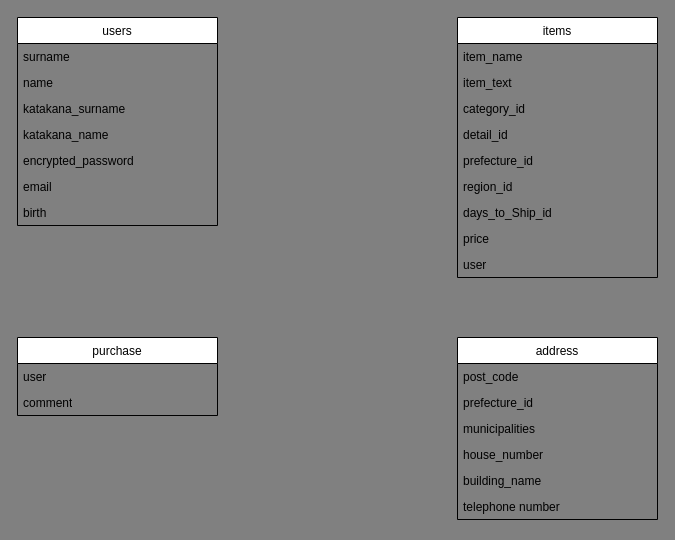
The draw.io diagram ER図.dio in takanashi11/furima-39315, before the edit. Source tidied: cells renumbered, new cells numbered last; positions are measured from the earlier drawing's top-left corner, leaving out a move shared by most shapes. Both pictures are drawn from the tidied source at 100%, with x=0, y=0 at pixel (17, 17).
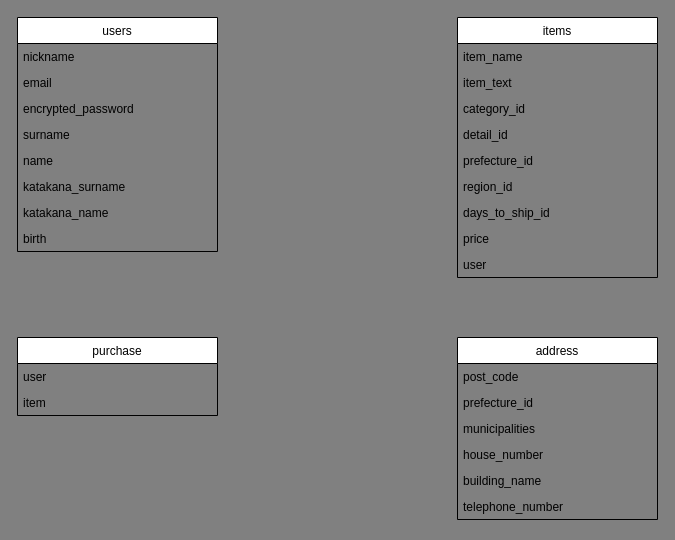
Above is the later version.

Unchanged cells that the change refers to:
```xml
<mxCell id="2" value="items" style="swimlane;fontStyle=0;horizontal=1;startSize=26;" parent="1" vertex="1">
  <mxGeometry x="440" width="200" height="260" as="geometry" />
</mxCell>
<mxCell id="12" value="purchase" style="swimlane;fontStyle=0;horizontal=1;startSize=26;" parent="1" vertex="1">
  <mxGeometry y="320" width="200" height="78" as="geometry" />
</mxCell>
<mxCell id="15" value="address" style="swimlane;fontStyle=0;horizontal=1;startSize=26;" parent="1" vertex="1">
  <mxGeometry x="440" y="320" width="200" height="182" as="geometry" />
</mxCell>
```

What changed in the source:
```diff
@@
-    <mxCell id="9" value="days_to_Ship_id" style="text;align=left;verticalAlign=top;spacingLeft=4;spacingRight=4;overflow=hidden;whiteSpace=wrap;" parent="2" vertex="1">
+    <mxCell id="9" value="days_to_ship_id" style="text;align=left;verticalAlign=top;spacingLeft=4;spacingRight=4;overflow=hidden;whiteSpace=wrap;" parent="2" vertex="1">
       <mxGeometry y="182" width="200" height="26" as="geometry" />
     </mxCell>
@@
-    <mxCell id="14" value="comment" style="text;align=left;verticalAlign=top;spacingLeft=4;spacingRight=4;overflow=hidden;whiteSpace=wrap;" parent="12" vertex="1">
+    <mxCell id="14" value="item" style="text;align=left;verticalAlign=top;spacingLeft=4;spacingRight=4;overflow=hidden;whiteSpace=wrap;" parent="12" vertex="1">
       <mxGeometry y="52" width="200" height="26" as="geometry" />
     </mxCell>
@@
-    <mxCell id="21" value="telephone number" style="text;align=left;verticalAlign=top;spacingLeft=4;spacingRight=4;overflow=hidden;whiteSpace=wrap;" parent="15" vertex="1">
+    <mxCell id="21" value="telephone_number" style="text;align=left;verticalAlign=top;spacingLeft=4;spacingRight=4;overflow=hidden;whiteSpace=wrap;" parent="15" vertex="1">
       <mxGeometry y="156" width="200" height="26" as="geometry" />
     </mxCell>
     <mxCell id="22" value="users" style="swimlane;fontStyle=0;horizontal=1;startSize=26;" parent="1" vertex="1">
-      <mxGeometry width="200" height="208" as="geometry" />
+      <mxGeometry width="200" height="234" as="geometry" />
     </mxCell>
+    <mxCell id="30" value="nickname" style="text;align=left;verticalAlign=top;spacingLeft=4;spacingRight=4;overflow=hidden;whiteSpace=wrap;" parent="22" vertex="1">
+      <mxGeometry y="26" width="200" height="26" as="geometry" />
+    </mxCell>
+    <mxCell id="28" value="email" style="text;align=left;verticalAlign=top;spacingLeft=4;spacingRight=4;overflow=hidden;whiteSpace=wrap;" parent="22" vertex="1">
+      <mxGeometry y="52" width="200" height="26" as="geometry" />
+    </mxCell>
+    <mxCell id="27" value="encrypted_password" style="text;align=left;verticalAlign=top;spacingLeft=4;spacingRight=4;overflow=hidden;whiteSpace=wrap;" parent="22" vertex="1">
+      <mxGeometry y="78" width="200" height="26" as="geometry" />
+    </mxCell>
     <mxCell id="23" value="surname" style="text;align=left;verticalAlign=top;spacingLeft=4;spacingRight=4;overflow=hidden;whiteSpace=wrap;" parent="22" vertex="1">
-      <mxGeometry y="26" width="200" height="26" as="geometry" />
+      <mxGeometry y="104" width="200" height="26" as="geometry" />
     </mxCell>
     <mxCell id="24" value="name" style="text;align=left;verticalAlign=top;spacingLeft=4;spacingRight=4;overflow=hidden;whiteSpace=wrap;" parent="22" vertex="1">
-      <mxGeometry y="52" width="200" height="26" as="geometry" />
+      <mxGeometry y="130" width="200" height="26" as="geometry" />
     </mxCell>
     <mxCell id="25" value="katakana_surname" style="text;align=left;verticalAlign=top;spacingLeft=4;spacingRight=4;overflow=hidden;whiteSpace=wrap;" parent="22" vertex="1">
-      <mxGeometry y="78" width="200" height="26" as="geometry" />
+      <mxGeometry y="156" width="200" height="26" as="geometry" />
     </mxCell>
     <mxCell id="26" value="katakana_name" style="text;align=left;verticalAlign=top;spacingLeft=4;spacingRight=4;overflow=hidden;whiteSpace=wrap;" parent="22" vertex="1">
-      <mxGeometry y="104" width="200" height="26" as="geometry" />
+      <mxGeometry y="182" width="200" height="26" as="geometry" />
     </mxCell>
-    <mxCell id="27" value="encrypted_password" style="text;align=left;verticalAlign=top;spacingLeft=4;spacingRight=4;overflow=hidden;whiteSpace=wrap;" parent="22" vertex="1">
-      <mxGeometry y="130" width="200" height="26" as="geometry" />
-    </mxCell>
-    <mxCell id="28" value="email" style="text;align=left;verticalAlign=top;spacingLeft=4;spacingRight=4;overflow=hidden;whiteSpace=wrap;" parent="22" vertex="1">
-      <mxGeometry y="156" width="200" height="26" as="geometry" />
-    </mxCell>
     <mxCell id="29" value="birth" style="text;align=left;verticalAlign=top;spacingLeft=4;spacingRight=4;overflow=hidden;whiteSpace=wrap;" parent="22" vertex="1">
-      <mxGeometry y="182" width="200" height="26" as="geometry" />
+      <mxGeometry y="208" width="200" height="26" as="geometry" />
     </mxCell>
```
